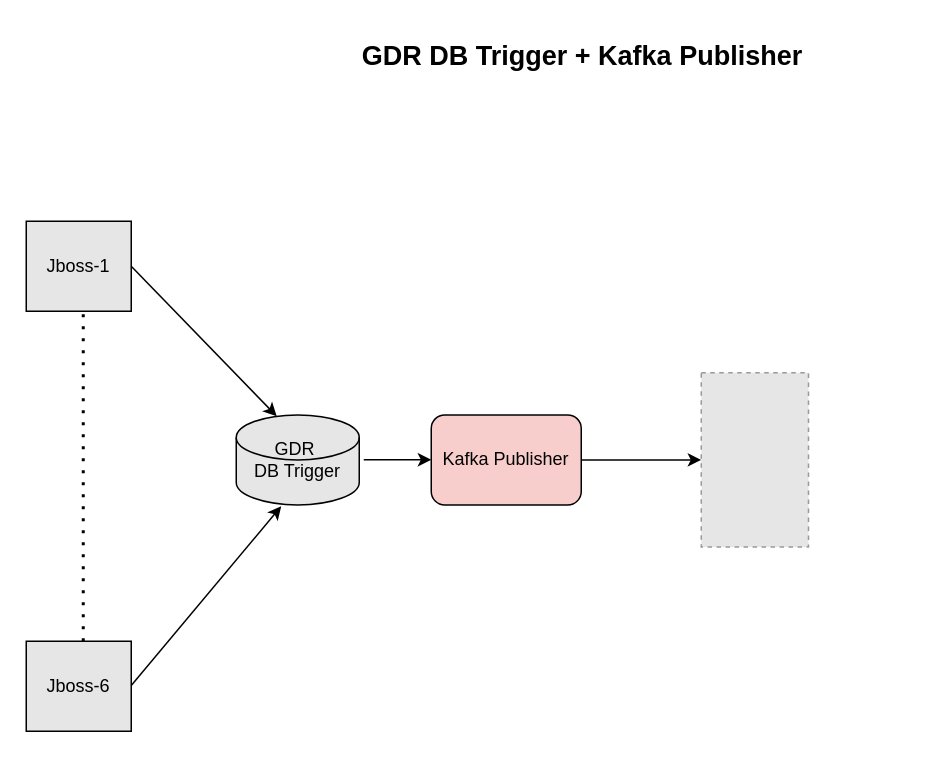
tsahaca/Project5 keeps this draw.io diagram as page "DB Kafka Publisher" (4 of 4) of Untitled Diagram.drawio. Above is the earlier version. Source tidied: cells renumbered, new cells numbered last; positions are measured from the earlier drawing's top-left corner, leaving out a move shared by most shapes. Both pictures are drawn from the tidied source at 150%, with x=0, y=0 at pixel (26, 26). Pictures stored in the file or linked from it are replaced by grey dashed boxes.
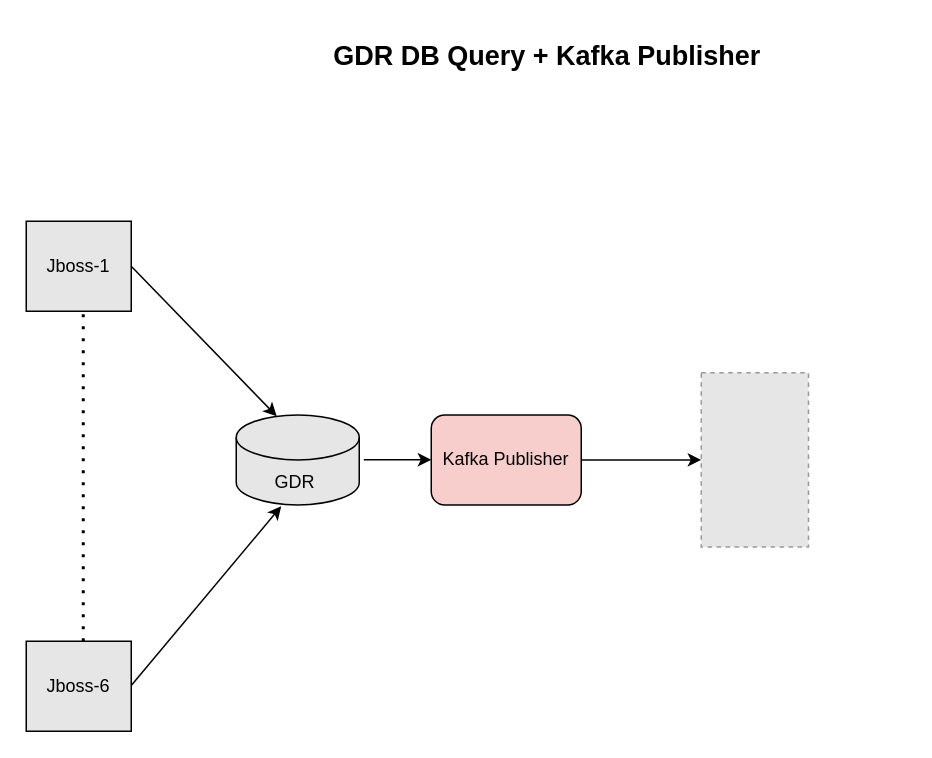
The same page after the edit.

Change to the diagram source:
```diff
@@
 <mxGraphModel>
   <root>
     <mxCell id="0" />
     <mxCell id="1" parent="0" />
     <mxCell id="2" value="Jboss-1" style="rounded=0;whiteSpace=wrap;html=1;fillColor=#E6E6E6;" parent="1" vertex="1">
       <mxGeometry y="130" width="70" height="60" as="geometry" />
     </mxCell>
     <mxCell id="3" value="Jboss-6" style="rounded=0;whiteSpace=wrap;html=1;fillColor=#E6E6E6;" parent="1" vertex="1">
       <mxGeometry y="410" width="70" height="60" as="geometry" />
     </mxCell>
     <mxCell id="4" style="endArrow=none;dashed=1;html=1;dashPattern=1 3;strokeWidth=2;entryX=0.5;entryY=1;entryDx=0;entryDy=0;exitX=0.5;exitY=0;exitDx=0;exitDy=0;" parent="1" edge="1">
       <mxGeometry relative="1" as="geometry">
         <mxPoint x="38" y="410" as="sourcePoint" />
         <mxPoint x="38" y="190" as="targetPoint" />
       </mxGeometry>
     </mxCell>
     <mxCell id="5" style="endArrow=classic;html=1;entryX=0.329;entryY=0.015;entryDx=0;entryDy=0;entryPerimeter=0;" parent="1" edge="1" target="10">
       <mxGeometry relative="1" as="geometry">
         <mxPoint x="70" y="160" as="sourcePoint" />
       </mxGeometry>
     </mxCell>
     <mxCell id="6" style="endArrow=classic;html=1;" parent="1" edge="1">
       <mxGeometry relative="1" as="geometry">
         <mxPoint x="70" y="439.5" as="sourcePoint" />
         <mxPoint x="170" y="320" as="targetPoint" />
       </mxGeometry>
     </mxCell>
     <mxCell id="7" style="edgeStyle=orthogonalEdgeStyle;rounded=0;jettySize=auto;html=1;exitX=1;exitY=0.5;exitDx=0;exitDy=0;" parent="1" edge="1" source="8">
       <mxGeometry relative="1" as="geometry">
         <mxPoint x="450" y="289.1" as="targetPoint" />
       </mxGeometry>
     </mxCell>
     <mxCell id="8" value="Kafka Publisher" style="rounded=1;whiteSpace=wrap;html=1;fillColor=#F8CECC;" parent="1" vertex="1">
       <mxGeometry x="270" y="259.1" width="100" height="60" as="geometry" />
     </mxCell>
     <mxCell id="9" style="fillColor=#E6E6E6;strokeColor=#999999;dashed=1;verticalLabelPosition=bottom;verticalAlign=top;" parent="1" vertex="1">
       <mxGeometry x="450" y="231" width="71.5" height="116.2" as="geometry" />
     </mxCell>
-    <mxCell id="10" value="GDR&amp;nbsp;&lt;br&gt;DB Trigger" style="shape=cylinder2;whiteSpace=wrap;html=1;boundedLbl=1;backgroundOutline=1;size=15;fillColor=#E6E6E6;" parent="1" vertex="1">
+    <mxCell id="10" value="&lt;br&gt;&lt;br&gt;GDR&amp;nbsp;" style="shape=cylinder2;whiteSpace=wrap;html=1;boundedLbl=1;backgroundOutline=1;size=15;fillColor=#E6E6E6;" parent="1" vertex="1">
       <mxGeometry x="140" y="259.1" width="82" height="60" as="geometry" />
     </mxCell>
     <mxCell id="11" style="endArrow=classic;html=1;" parent="1" edge="1">
       <mxGeometry relative="1" as="geometry">
         <mxPoint x="225" y="289" as="sourcePoint" />
         <mxPoint x="270" y="289" as="targetPoint" />
       </mxGeometry>
     </mxCell>
-    <mxCell id="12" value="GDR DB Trigger + Kafka Publisher&amp;nbsp;" style="text;html=1;strokeColor=none;fillColor=none;align=center;verticalAlign=middle;whiteSpace=wrap;rounded=0;fontStyle=1;fontSize=18;" parent="1" vertex="1">
-      <mxGeometry x="160" width="426.5" height="40" as="geometry" />
+    <mxCell id="12" value="GDR DB Query + Kafka Publisher&amp;nbsp;" style="text;html=1;strokeColor=none;fillColor=none;align=center;verticalAlign=middle;whiteSpace=wrap;rounded=0;fontStyle=1;fontSize=18;" parent="1" vertex="1">
+      <mxGeometry x="190" y="10" width="320" height="20" as="geometry" />
     </mxCell>
   </root>
 </mxGraphModel>
```
